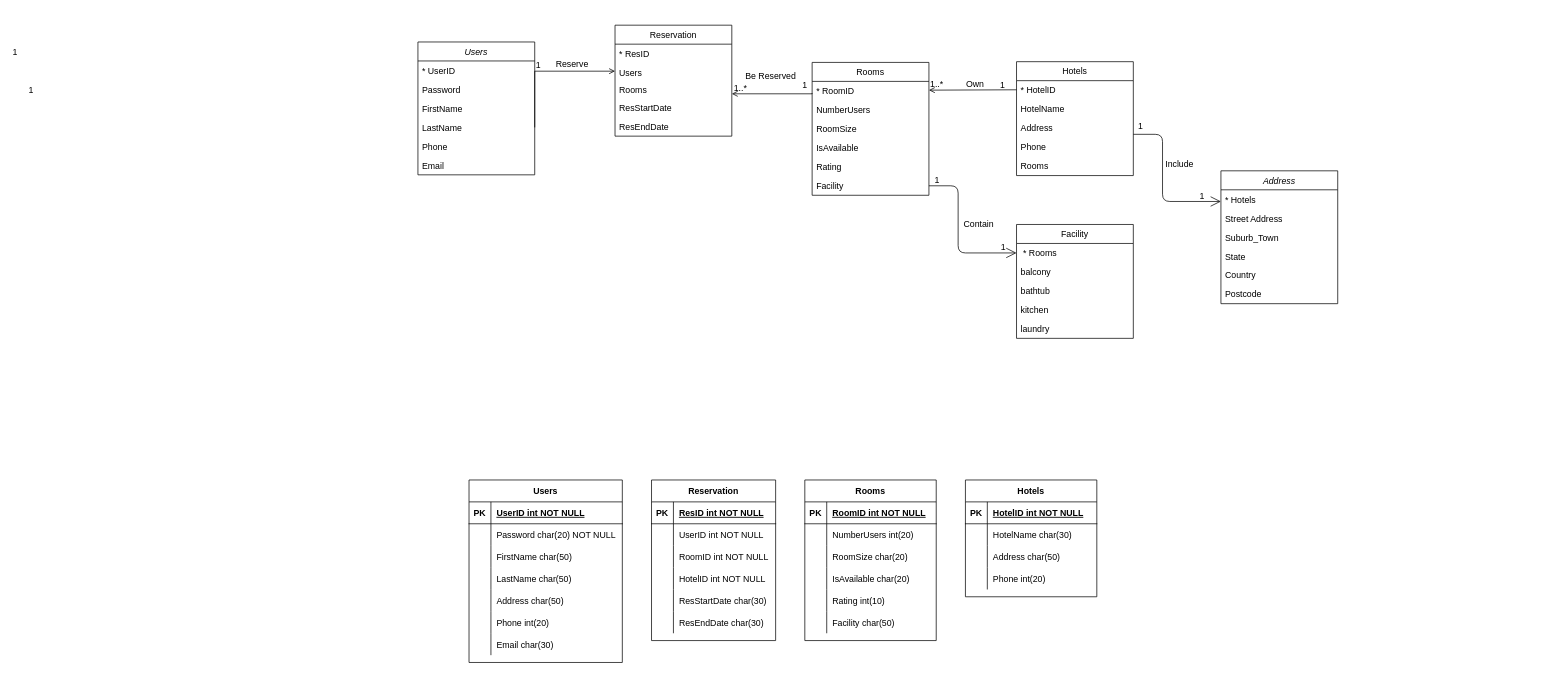
This is Web_practice.drawio from Ziqi222/name.c, a draw.io file, before an edit. Source tidied: cells renumbered, new cells numbered last; positions are measured from the earlier drawing's top-left corner, leaving out a move shared by most shapes. Both pictures are drawn from the tidied source at 73%, with x=0, y=0 at pixel (418, 12).
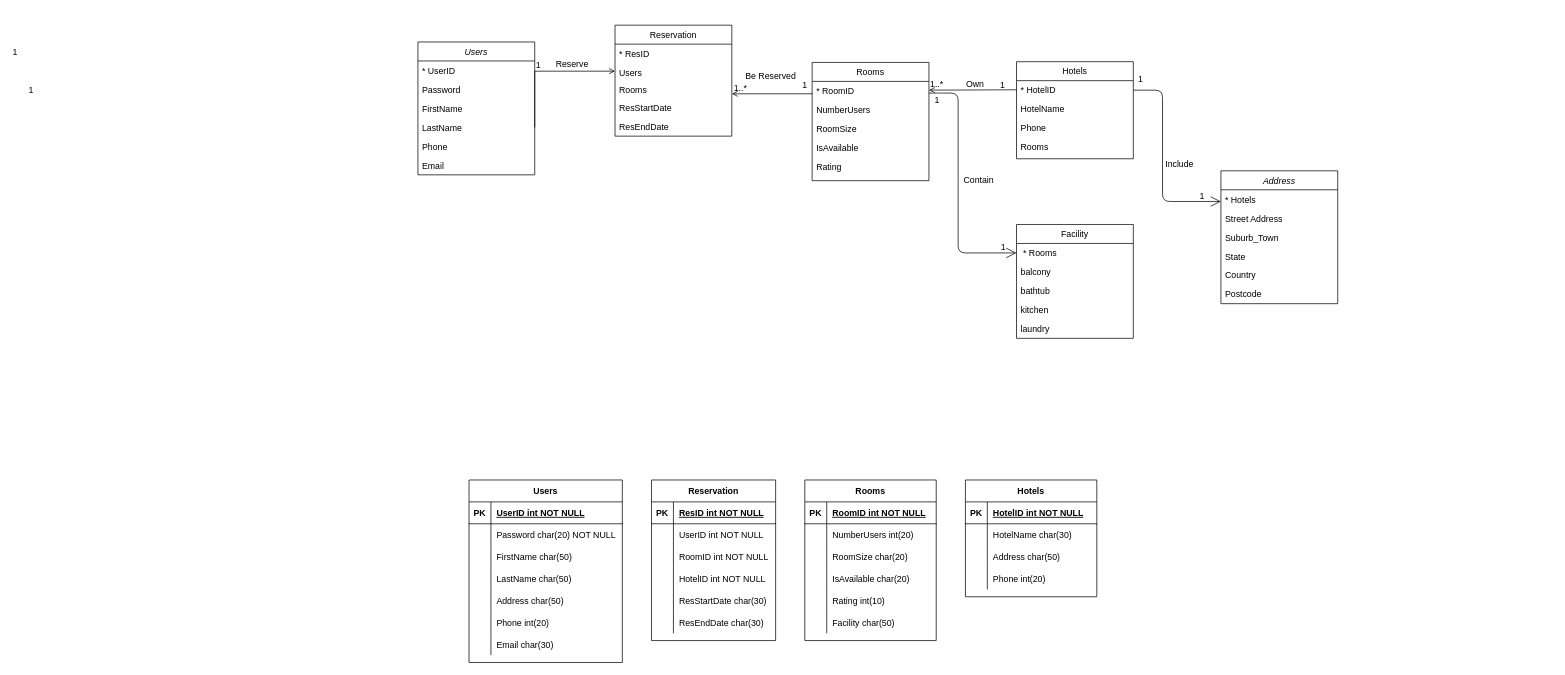
The same diagram, later.

The change refers to these unchanged cells:
```xml
<mxCell id="19" value="* HotelID" style="text;align=left;verticalAlign=top;spacingLeft=4;spacingRight=4;overflow=hidden;points=[[0,0.5],[1,0.5]];portConstraint=eastwest;" parent="18" vertex="1">
  <mxGeometry y="26" width="160" height="26" as="geometry" />
</mxCell>
<mxCell id="115" value=" * Rooms" style="text;align=left;verticalAlign=top;spacingLeft=4;spacingRight=4;overflow=hidden;points=[[0,0.5],[1,0.5]];portConstraint=eastwest;" parent="114" vertex="1">
  <mxGeometry y="26" width="160" height="26" as="geometry" />
</mxCell>
```

The edit, as a diff of the source:
```diff
@@
     <mxCell id="11" value="Rooms" style="swimlane;fontStyle=0;align=center;verticalAlign=top;horizontal=1;startSize=26;rounded=0;shadow=0;strokeWidth=1;" parent="1" vertex="1">
-      <mxGeometry x="540" y="68" width="160" height="182" as="geometry" />
+      <mxGeometry x="540" y="68" width="160" height="162" as="geometry" />
     </mxCell>
@@
-    <mxCell id="17" value="Facility" style="text;align=left;verticalAlign=top;spacingLeft=4;spacingRight=4;overflow=hidden;points=[[0,0.5],[1,0.5]];portConstraint=eastwest;rounded=0;shadow=0;html=0;" parent="11" vertex="1">
-      <mxGeometry y="156" width="160" height="26" as="geometry" />
-    </mxCell>
     <mxCell id="18" value="Hotels" style="swimlane;fontStyle=0;align=center;verticalAlign=top;horizontal=1;startSize=26;rounded=0;shadow=0;strokeWidth=1;" parent="1" vertex="1">
-      <mxGeometry x="820" y="67" width="160" height="156" as="geometry" />
+      <mxGeometry x="820" y="67" width="160" height="133" as="geometry" />
     </mxCell>
@@
-    <mxCell id="21" value="Address" style="text;align=left;verticalAlign=top;spacingLeft=4;spacingRight=4;overflow=hidden;rounded=0;shadow=0;html=0;" parent="18" vertex="1">
-      <mxGeometry y="78" width="160" height="26" as="geometry" />
-    </mxCell>
     <mxCell id="22" value="Phone" style="text;align=left;verticalAlign=top;spacingLeft=4;spacingRight=4;overflow=hidden;rounded=0;shadow=0;html=0;" parent="18" vertex="1">
-      <mxGeometry y="104" width="160" height="26" as="geometry" />
+      <mxGeometry y="78" width="160" height="26" as="geometry" />
     </mxCell>
     <mxCell id="23" value="Rooms" style="text;align=left;verticalAlign=top;spacingLeft=4;spacingRight=4;overflow=hidden;rounded=0;shadow=0;html=0;" parent="18" vertex="1">
-      <mxGeometry y="130" width="160" height="26" as="geometry" />
+      <mxGeometry y="104" width="160" height="26" as="geometry" />
     </mxCell>
@@
-    <mxCell id="120" style="endArrow=open;endFill=1;endSize=12;html=1;exitX=1;exitY=0.5;exitDx=0;exitDy=0;entryX=0;entryY=0.5;entryDx=0;entryDy=0;" parent="1" edge="1" source="17" target="115">
+    <mxCell id="120" style="endArrow=open;endFill=1;endSize=12;html=1;entryX=0;entryY=0.5;entryDx=0;entryDy=0;" parent="1" edge="1" target="115">
       <mxGeometry relative="1" as="geometry">
+        <mxPoint x="700" y="110" as="sourcePoint" />
         <Array as="points">
+          <mxPoint x="740" y="110" />
           <mxPoint x="740" y="237" />
           <mxPoint x="740" y="329" />
         </Array>
       </mxGeometry>
     </mxCell>
     <mxCell id="121" value="Contain" style="text;html=1;align=center;verticalAlign=middle;labelBackgroundColor=none;rounded=0;shadow=0;strokeWidth=1;fontSize=12;" parent="1" vertex="1">
-      <mxGeometry x="770" y="130" as="geometry">
+      <mxGeometry x="770" y="70" as="geometry">
         <mxPoint x="-3" y="159" as="offset" />
       </mxGeometry>
     </mxCell>
     <mxCell id="122" value="1" style="align=left;verticalAlign=bottom;labelBackgroundColor=none;fontSize=12;" parent="1" vertex="1">
-      <mxGeometry x="710" y="260" as="geometry">
+      <mxGeometry x="710" y="150" as="geometry">
         <mxPoint x="-4" y="-22" as="offset" />
       </mxGeometry>
     </mxCell>
@@
-    <mxCell id="131" style="endArrow=open;endFill=1;endSize=12;html=1;exitX=1;exitY=0.5;exitDx=0;exitDy=0;entryX=0;entryY=0.5;entryDx=0;entryDy=0;" parent="1" edge="1">
+    <mxCell id="131" style="endArrow=open;endFill=1;endSize=12;html=1;exitX=1;exitY=0.5;exitDx=0;exitDy=0;entryX=0;entryY=0.5;entryDx=0;entryDy=0;" parent="1" edge="1" source="19">
       <mxGeometry relative="1" as="geometry">
-        <mxPoint x="980" y="166.5" as="sourcePoint" />
         <mxPoint x="1100" y="258.5" as="targetPoint" />
         <Array as="points">
-          <mxPoint x="1020" y="166.5" />
+          <mxPoint x="1020" y="106" />
           <mxPoint x="1020" y="258.5" />
         </Array>
       </mxGeometry>
     </mxCell>
@@
     <mxCell id="133" value="1" style="align=left;verticalAlign=bottom;labelBackgroundColor=none;fontSize=12;" parent="1" vertex="1">
-      <mxGeometry x="1470" y="145" as="geometry">
+      <mxGeometry x="1470" y="80" as="geometry">
         <mxPoint x="-485" y="19" as="offset" />
       </mxGeometry>
     </mxCell>
```
